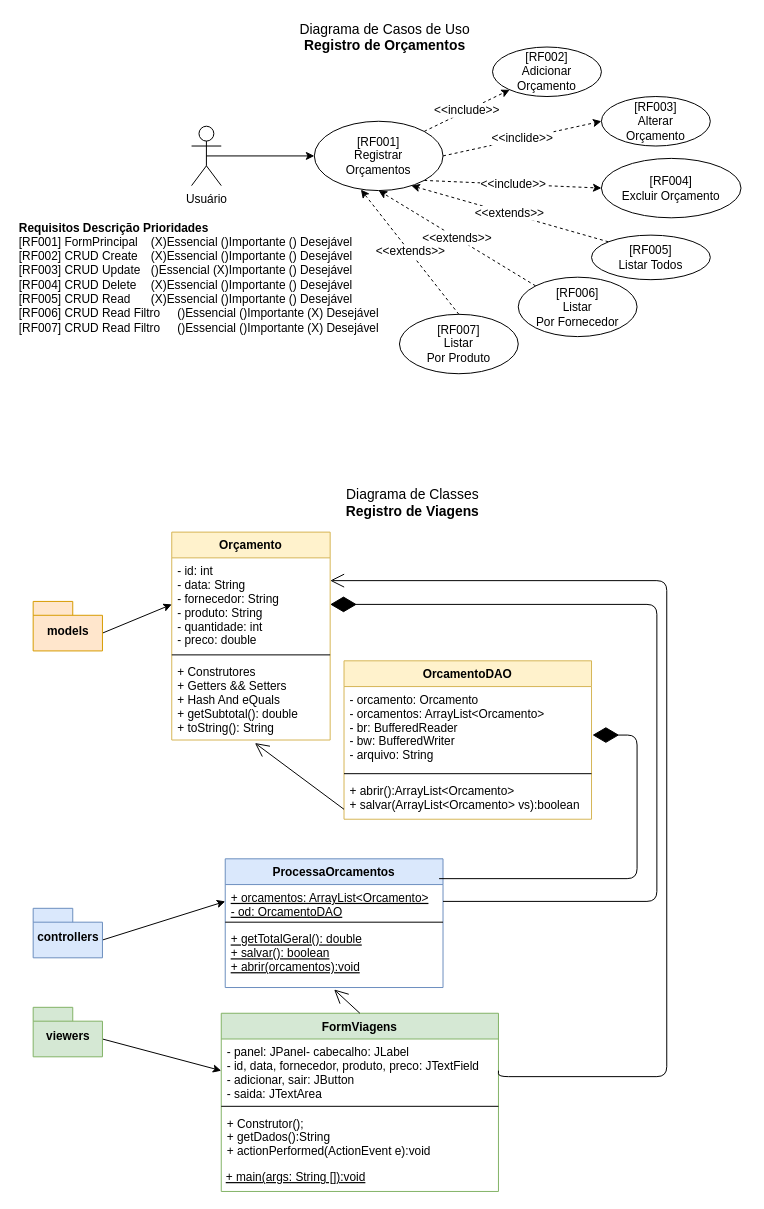
wellifabio/senai2021 keeps this draw.io diagram as 1des/fpoo/Aula/21/docsTemas/projetoOrcamentos.drawio. Above is the earlier version. Source tidied: cells renumbered, new cells numbered last; positions are measured from the earlier drawing's top-left corner, leaving out a move shared by most shapes. Both pictures are drawn from the tidied source at 99%, with x=0, y=0 at pixel (17, 17).
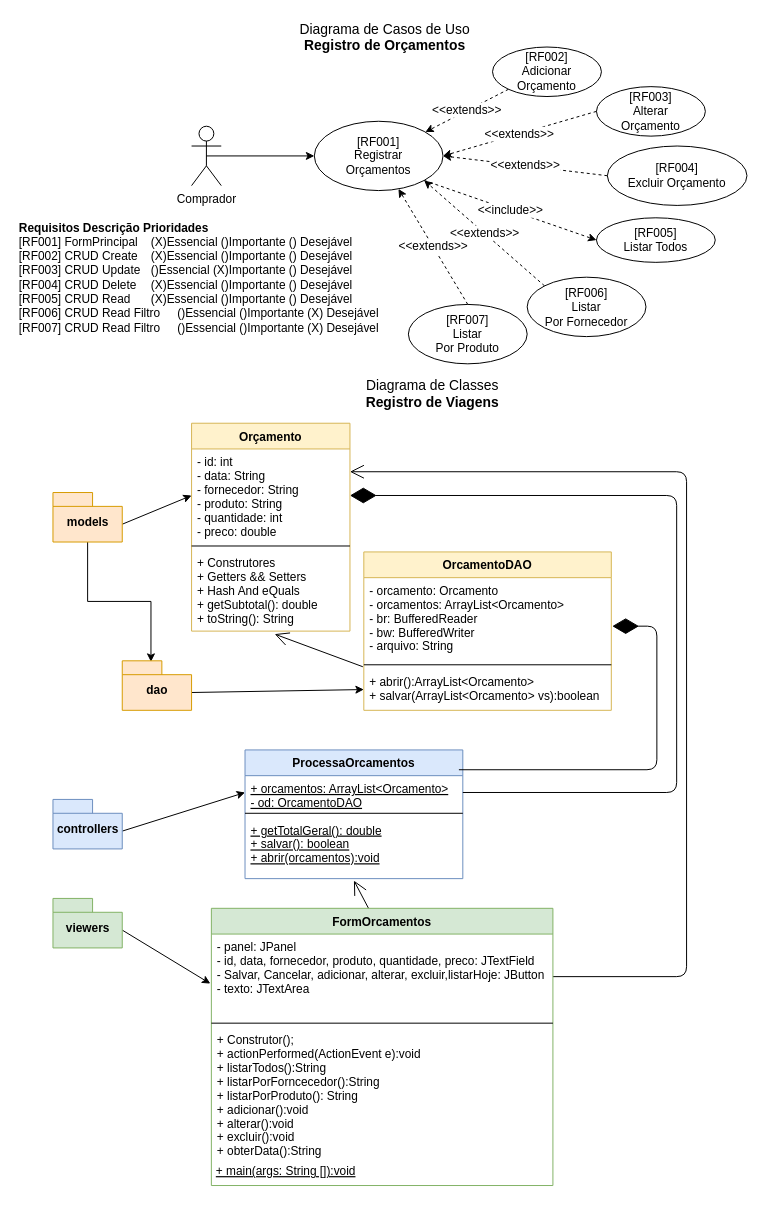
The same page after the edit.

Unchanged cells that the change refers to:
```xml
<mxCell id="4" value="- id: int&#10;- data: String&#10;- fornecedor: String&#10;- produto: String&#10;- quantidade: int&#10;- preco: double" style="text;strokeColor=none;fillColor=none;align=left;verticalAlign=top;spacingLeft=4;spacingRight=4;overflow=hidden;points=[[0,0.5],[1,0.5]];portConstraint=eastwest;" parent="3" vertex="1">
  <mxGeometry y="26" width="160" height="94" as="geometry" />
</mxCell>
<mxCell id="6" value="+ Construtores&#10;+ Getters &amp;&amp; Setters&#10;+ Hash And eQuals&#10;+ getSubtotal(): double&#10;+ toString(): String" style="text;strokeColor=none;fillColor=none;align=left;verticalAlign=top;spacingLeft=4;spacingRight=4;overflow=hidden;points=[[0,0.5],[1,0.5]];portConstraint=eastwest;" parent="3" vertex="1">
  <mxGeometry y="128" width="160" height="82" as="geometry" />
</mxCell>
<mxCell id="10" value="+ orcamentos: ArrayList&lt;Orcamento&gt;&#10;- od: OrcamentoDAO" style="text;strokeColor=none;fillColor=none;align=left;verticalAlign=top;spacingLeft=4;spacingRight=4;overflow=hidden;points=[[0,0.5],[1,0.5]];portConstraint=eastwest;fontStyle=4;" parent="9" vertex="1">
  <mxGeometry y="26" width="220" height="34" as="geometry" />
</mxCell>
<mxCell id="12" value="+ getTotalGeral(): double&#10;+ salvar(): boolean&#10;+ abrir(orcamentos):void&#10;&#10;&#10;" style="text;strokeColor=none;fillColor=none;align=left;verticalAlign=top;spacingLeft=4;spacingRight=4;overflow=hidden;points=[[0,0.5],[1,0.5]];portConstraint=eastwest;fontStyle=4;" parent="9" vertex="1">
  <mxGeometry y="68" width="220" height="62" as="geometry" />
</mxCell>
<mxCell id="31" value="[RF001]&lt;br&gt;Registrar&lt;br&gt;Orçamentos" style="ellipse;whiteSpace=wrap;html=1;fontSize=12;align=center;" parent="1" vertex="1">
  <mxGeometry x="300" y="105" width="130" height="70" as="geometry" />
</mxCell>
<mxCell id="32" value="[RF002]&lt;br&gt;Adicionar Orçamento" style="ellipse;whiteSpace=wrap;html=1;fontSize=12;align=center;" parent="1" vertex="1">
  <mxGeometry x="480" y="30" width="110" height="50" as="geometry" />
</mxCell>
<mxCell id="43" value="- orcamento: Orcamento&#10;- orcamentos: ArrayList&lt;Orcamento&gt;&#10;- br: BufferedReader&#10;- bw: BufferedWriter&#10;- arquivo: String" style="text;strokeColor=none;fillColor=none;align=left;verticalAlign=top;spacingLeft=4;spacingRight=4;overflow=hidden;points=[[0,0.5],[1,0.5]];portConstraint=eastwest;" parent="42" vertex="1">
  <mxGeometry y="26" width="250" height="84" as="geometry" />
</mxCell>
<mxCell id="45" value="+ abrir():ArrayList&lt;Orcamento&gt;&#10;+ salvar(ArrayList&lt;Orcamento&gt; vs):boolean" style="text;strokeColor=none;fillColor=none;align=left;verticalAlign=top;spacingLeft=4;spacingRight=4;overflow=hidden;points=[[0,0.5],[1,0.5]];portConstraint=eastwest;" parent="42" vertex="1">
  <mxGeometry y="118" width="250" height="42" as="geometry" />
</mxCell>
```

What changed in the source:
```diff
@@
     <mxCell id="2" value="Diagrama de Classes&lt;br style=&quot;font-size: 14px;&quot;&gt;&lt;b style=&quot;font-size: 14px;&quot;&gt;Registro de Viagens&lt;/b&gt;" style="text;html=1;strokeColor=none;fillColor=none;align=center;verticalAlign=middle;whiteSpace=wrap;rounded=0;fontSize=14;" parent="1" vertex="1">
-      <mxGeometry x="304" y="480" width="191" height="20" as="geometry" />
+      <mxGeometry x="324" y="370" width="191" height="20" as="geometry" />
     </mxCell>
     <mxCell id="3" value="Orçamento" style="swimlane;fontStyle=1;align=center;verticalAlign=top;horizontal=1;startSize=26;fillColor=#fff2cc;strokeColor=#d6b656;" parent="1" vertex="1">
-      <mxGeometry x="156" y="520" width="160" height="210" as="geometry" />
+      <mxGeometry x="176" y="410" width="160" height="210" as="geometry" />
     </mxCell>
@@
+    <mxCell id="48" style="edgeStyle=orthogonalEdgeStyle;rounded=0;jettySize=auto;html=1;exitX=0.5;exitY=1;exitDx=0;exitDy=0;exitPerimeter=0;entryX=0.414;entryY=0.02;entryDx=0;entryDy=0;entryPerimeter=0;" parent="1" edge="1" source="8" target="50">
+      <mxGeometry relative="1" as="geometry" />
+    </mxCell>
     <mxCell id="8" value="models" style="shape=folder;fontStyle=1;spacingTop=10;tabWidth=40;tabHeight=14;tabPosition=left;html=1;fillColor=#ffe6cc;strokeColor=#d79b00;" parent="1" vertex="1">
-      <mxGeometry x="16" y="590" width="70" height="50" as="geometry" />
+      <mxGeometry x="36" y="480" width="70" height="50" as="geometry" />
     </mxCell>
     <mxCell id="9" value="ProcessaOrcamentos" style="swimlane;fontStyle=1;align=center;verticalAlign=top;horizontal=1;startSize=26;fillColor=#dae8fc;strokeColor=#6c8ebf;" parent="1" vertex="1">
-      <mxGeometry x="210" y="850" width="220" height="130" as="geometry" />
+      <mxGeometry x="230" y="740" width="220" height="130" as="geometry" />
     </mxCell>
@@
     <mxCell id="14" value="controllers" style="shape=folder;fontStyle=1;spacingTop=10;tabWidth=40;tabHeight=14;tabPosition=left;html=1;fillColor=#dae8fc;strokeColor=#6c8ebf;" parent="1" vertex="1">
-      <mxGeometry x="16" y="900" width="70" height="50" as="geometry" />
+      <mxGeometry x="36" y="790" width="70" height="50" as="geometry" />
     </mxCell>
     <mxCell id="15" style="endArrow=diamondThin;endFill=1;endSize=24;html=1;entryX=1;entryY=0.5;entryDx=0;entryDy=0;exitX=1;exitY=0.5;exitDx=0;exitDy=0;edgeStyle=orthogonalEdgeStyle;" parent="1" edge="1" source="10" target="4">
       <mxGeometry relative="1" as="geometry">
         <Array as="points">
-          <mxPoint x="646" y="893" />
-          <mxPoint x="646" y="593" />
+          <mxPoint x="666" y="783" />
+          <mxPoint x="666" y="483" />
         </Array>
       </mxGeometry>
     </mxCell>
-    <mxCell id="16" value="FormViagens" style="swimlane;fontStyle=1;align=center;verticalAlign=top;horizontal=1;startSize=26;fillColor=#d5e8d4;strokeColor=#82b366;" parent="1" vertex="1">
-      <mxGeometry x="206" y="1006" width="280" height="180" as="geometry" />
-    </mxCell>
-    <mxCell id="17" value="&#9;- panel: JPanel- cabecalho: JLabel&#10;- id, data, fornecedor, produto, preco: JTextField&#10;- adicionar, sair: JButton&#10;- saida: JTextArea" style="text;strokeColor=none;fillColor=none;align=left;verticalAlign=top;spacingLeft=4;spacingRight=4;overflow=hidden;points=[[0,0.5],[1,0.5]];portConstraint=eastwest;fontStyle=0;" parent="16" vertex="1">
-      <mxGeometry y="26" width="280" height="64" as="geometry" />
-    </mxCell>
-    <mxCell id="18" style="line;strokeWidth=1;fillColor=none;align=left;verticalAlign=middle;spacingTop=-1;spacingLeft=3;spacingRight=3;labelPosition=right;" parent="16" vertex="1">
-      <mxGeometry y="90" width="280" height="8" as="geometry" />
-    </mxCell>
-    <mxCell id="19" value="+ Construtor();&#10;+ getDados():String&#10;+ actionPerformed(ActionEvent e):void&#10;" style="text;strokeColor=none;fillColor=none;align=left;verticalAlign=top;spacingLeft=4;spacingRight=4;overflow=hidden;fontStyle=0;" parent="16" vertex="1">
-      <mxGeometry y="98" width="280" height="52" as="geometry" />
-    </mxCell>
-    <mxCell id="20" value="+ main(args: String []):void" style="text;align=left;fontStyle=4;verticalAlign=middle;spacingLeft=3;spacingRight=3;strokeColor=none;" parent="16" vertex="1">
-      <mxGeometry y="150" width="280" height="30" as="geometry" />
-    </mxCell>
-    <mxCell id="21" style="rounded=0;jettySize=auto;html=1;exitX=0;exitY=0;exitDx=70;exitDy=32;exitPerimeter=0;entryX=0;entryY=0.5;entryDx=0;entryDy=0;" parent="1" edge="1" source="22" target="17">
+    <mxCell id="21" style="rounded=0;jettySize=auto;html=1;exitX=0;exitY=0;exitDx=70;exitDy=32;exitPerimeter=0;entryX=-0.003;entryY=0.582;entryDx=0;entryDy=0;entryPerimeter=0;" parent="1" edge="1" source="22" target="55">
       <mxGeometry relative="1" as="geometry" />
     </mxCell>
     <mxCell id="22" value="viewers" style="shape=folder;fontStyle=1;spacingTop=10;tabWidth=40;tabHeight=14;tabPosition=left;html=1;fillColor=#d5e8d4;strokeColor=#82b366;" parent="1" vertex="1">
-      <mxGeometry x="16" y="1000" width="70" height="50" as="geometry" />
+      <mxGeometry x="36" y="890" width="70" height="50" as="geometry" />
     </mxCell>
-    <mxCell id="23" style="endArrow=open;endFill=1;endSize=12;html=1;exitX=0.5;exitY=0;exitDx=0;exitDy=0;entryX=0.5;entryY=1.032;entryDx=0;entryDy=0;entryPerimeter=0;" parent="1" edge="1" source="16" target="12">
-      <mxGeometry relative="1" as="geometry" />
+    <mxCell id="23" style="endArrow=open;endFill=1;endSize=12;html=1;exitX=0.5;exitY=0;exitDx=0;exitDy=0;entryX=0.5;entryY=1.032;entryDx=0;entryDy=0;entryPerimeter=0;" parent="1" edge="1" target="12">
+      <mxGeometry relative="1" as="geometry">
+        <mxPoint x="360" y="910" as="sourcePoint" />
+      </mxGeometry>
     </mxCell>
-    <mxCell id="24" style="endArrow=open;endFill=1;endSize=12;html=1;exitX=1;exitY=0.5;exitDx=0;exitDy=0;edgeStyle=orthogonalEdgeStyle;" parent="1" edge="1" source="17" target="4">
+    <mxCell id="24" style="endArrow=open;endFill=1;endSize=12;html=1;exitX=1;exitY=0.5;exitDx=0;exitDy=0;edgeStyle=orthogonalEdgeStyle;" parent="1" edge="1" source="55" target="4">
       <mxGeometry relative="1" as="geometry">
         <Array as="points">
-          <mxPoint x="486" y="1070" />
-          <mxPoint x="656" y="1070" />
-          <mxPoint x="656" y="569" />
+          <mxPoint x="676" y="969" />
+          <mxPoint x="676" y="459" />
         </Array>
       </mxGeometry>
     </mxCell>
@@
-    <mxCell id="27" value="Usuário" style="shape=umlActor;verticalLabelPosition=bottom;verticalAlign=top;html=1;fontSize=12;" parent="1" vertex="1">
+    <mxCell id="27" value="Comprador" style="shape=umlActor;verticalLabelPosition=bottom;verticalAlign=top;html=1;fontSize=12;" parent="1" vertex="1">
       <mxGeometry x="176" y="110" width="30" height="60" as="geometry" />
     </mxCell>
-    <mxCell id="28" value="&amp;lt;&amp;lt;include&amp;gt;&amp;gt;" style="edgeStyle=none;rounded=0;jettySize=auto;html=1;exitX=1;exitY=0;exitDx=0;exitDy=0;fontSize=12;dashed=1;" parent="1" edge="1" source="31" target="32">
-      <mxGeometry relative="1" as="geometry" />
-    </mxCell>
-    <mxCell id="29" value="&amp;lt;&amp;lt;inclide&amp;gt;&amp;gt;" style="edgeStyle=none;rounded=0;jettySize=auto;html=1;exitX=1;exitY=0.5;exitDx=0;exitDy=0;entryX=0;entryY=0.5;entryDx=0;entryDy=0;fontSize=12;dashed=1;" parent="1" edge="1" source="31" target="34">
-      <mxGeometry relative="1" as="geometry" />
-    </mxCell>
-    <mxCell id="30" value="&amp;lt;&amp;lt;include&amp;gt;&amp;gt;" style="edgeStyle=none;rounded=0;jettySize=auto;html=1;exitX=1;exitY=1;exitDx=0;exitDy=0;entryX=0;entryY=0.5;entryDx=0;entryDy=0;dashed=1;fontSize=12;" parent="1" edge="1" source="31" target="33">
-      <mxGeometry relative="1" as="geometry" />
-    </mxCell>
@@
     <mxCell id="33" value="[RF004]&lt;br&gt;Excluir Orçamento" style="ellipse;whiteSpace=wrap;html=1;fontSize=12;align=center;" parent="1" vertex="1">
-      <mxGeometry x="590" y="142.5" width="141" height="60" as="geometry" />
+      <mxGeometry x="596" y="130" width="141" height="60" as="geometry" />
     </mxCell>
     <mxCell id="34" value="[RF003]&lt;br&gt;Alterar &lt;br&gt;Orçamento" style="ellipse;whiteSpace=wrap;html=1;fontSize=12;align=center;" parent="1" vertex="1">
-      <mxGeometry x="590" y="80" width="110" height="50" as="geometry" />
+      <mxGeometry x="585" y="70" width="110" height="50" as="geometry" />
     </mxCell>
-    <mxCell id="35" value="&amp;lt;&amp;lt;extends&amp;gt;&amp;gt;" style="edgeStyle=none;rounded=0;jettySize=auto;html=1;exitX=0;exitY=0;exitDx=0;exitDy=0;dashed=1;fontSize=12;entryX=0.754;entryY=0.929;entryDx=0;entryDy=0;entryPerimeter=0;" parent="1" edge="1" source="36" target="31">
+    <mxCell id="35" value="&amp;lt;&amp;lt;extends&amp;gt;&amp;gt;" style="edgeStyle=none;rounded=0;jettySize=auto;html=1;exitX=0;exitY=0.5;exitDx=0;exitDy=0;dashed=1;fontSize=12;entryX=1;entryY=0.5;entryDx=0;entryDy=0;" parent="1" edge="1" source="34" target="31">
       <mxGeometry relative="1" as="geometry" />
     </mxCell>
     <mxCell id="36" value="[RF005]&lt;br&gt;Listar Todos" style="ellipse;whiteSpace=wrap;html=1;fontSize=12;align=center;" parent="1" vertex="1">
-      <mxGeometry x="580" y="220" width="120" height="45" as="geometry" />
+      <mxGeometry x="585" y="202.5" width="120" height="45" as="geometry" />
     </mxCell>
@@
     <mxCell id="38" value="[RF006]&lt;br&gt;Listar&lt;br&gt;Por Fornecedor" style="ellipse;whiteSpace=wrap;html=1;fontSize=12;align=center;" parent="1" vertex="1">
-      <mxGeometry x="506" y="262.5" width="120" height="60" as="geometry" />
+      <mxGeometry x="515" y="262.5" width="120" height="60" as="geometry" />
     </mxCell>
-    <mxCell id="39" value="&amp;lt;&amp;lt;extends&amp;gt;&amp;gt;" style="edgeStyle=none;rounded=0;jettySize=auto;html=1;exitX=0;exitY=0;exitDx=0;exitDy=0;dashed=1;fontSize=12;entryX=0.5;entryY=1;entryDx=0;entryDy=0;" parent="1" edge="1" source="38" target="31">
+    <mxCell id="39" value="&amp;lt;&amp;lt;extends&amp;gt;&amp;gt;" style="edgeStyle=none;rounded=0;jettySize=auto;html=1;exitX=0;exitY=1;exitDx=0;exitDy=0;dashed=1;fontSize=12;" parent="1" edge="1" source="32" target="31">
       <mxGeometry relative="1" as="geometry" />
     </mxCell>
     <mxCell id="40" value="[RF007]&lt;br&gt;Listar&lt;br&gt;Por Produto" style="ellipse;whiteSpace=wrap;html=1;fontSize=12;align=center;" parent="1" vertex="1">
-      <mxGeometry x="386" y="300" width="120" height="60" as="geometry" />
+      <mxGeometry x="395" y="290" width="120" height="60" as="geometry" />
     </mxCell>
-    <mxCell id="41" value="&amp;lt;&amp;lt;extends&amp;gt;&amp;gt;" style="edgeStyle=none;rounded=0;jettySize=auto;html=1;exitX=0.5;exitY=0;exitDx=0;exitDy=0;dashed=1;fontSize=12;entryX=0.362;entryY=0.986;entryDx=0;entryDy=0;entryPerimeter=0;" parent="1" edge="1" source="40" target="31">
+    <mxCell id="41" value="&amp;lt;&amp;lt;extends&amp;gt;&amp;gt;" style="edgeStyle=none;rounded=0;jettySize=auto;html=1;exitX=0.5;exitY=0;exitDx=0;exitDy=0;dashed=1;fontSize=12;" parent="1" edge="1" source="40" target="31">
       <mxGeometry relative="1" as="geometry" />
     </mxCell>
     <mxCell id="42" value="OrcamentoDAO" style="swimlane;fontStyle=1;align=center;verticalAlign=top;horizontal=1;startSize=26;fontSize=12;fillColor=#fff2cc;strokeColor=#d6b656;" parent="1" vertex="1">
-      <mxGeometry x="330" y="650" width="250" height="160" as="geometry" />
+      <mxGeometry x="350" y="540" width="250" height="160" as="geometry" />
     </mxCell>
@@
     <mxCell id="46" style="endArrow=diamondThin;endFill=1;endSize=24;html=1;entryX=1.004;entryY=0.583;entryDx=0;entryDy=0;exitX=0.982;exitY=0.154;exitDx=0;exitDy=0;edgeStyle=orthogonalEdgeStyle;entryPerimeter=0;exitPerimeter=0;" parent="1" edge="1" source="9" target="43">
       <mxGeometry relative="1" as="geometry">
         <Array as="points">
-          <mxPoint x="626" y="870" />
-          <mxPoint x="626" y="725" />
+          <mxPoint x="646" y="760" />
+          <mxPoint x="646" y="615" />
         </Array>
       </mxGeometry>
     </mxCell>
-    <mxCell id="47" style="endArrow=open;endFill=1;endSize=12;html=1;exitX=0;exitY=0.762;exitDx=0;exitDy=0;entryX=0.525;entryY=1.037;entryDx=0;entryDy=0;entryPerimeter=0;exitPerimeter=0;" parent="1" edge="1" source="45" target="6">
+    <mxCell id="47" style="endArrow=open;endFill=1;endSize=12;html=1;exitX=-0.004;exitY=-0.048;exitDx=0;exitDy=0;entryX=0.525;entryY=1.037;entryDx=0;entryDy=0;entryPerimeter=0;exitPerimeter=0;" parent="1" edge="1" source="45" target="6">
       <mxGeometry relative="1" as="geometry" />
     </mxCell>
+    <mxCell id="49" style="rounded=0;jettySize=auto;html=1;exitX=0;exitY=0;exitDx=70;exitDy=32;exitPerimeter=0;entryX=0;entryY=0.5;entryDx=0;entryDy=0;" parent="1" edge="1" source="50" target="45">
+      <mxGeometry relative="1" as="geometry" />
+    </mxCell>
+    <mxCell id="50" value="dao" style="shape=folder;fontStyle=1;spacingTop=10;tabWidth=40;tabHeight=14;tabPosition=left;html=1;fillColor=#ffe6cc;strokeColor=#d79b00;" parent="1" vertex="1">
+      <mxGeometry x="106" y="650" width="70" height="50" as="geometry" />
+    </mxCell>
+    <mxCell id="51" value="&amp;lt;&amp;lt;extends&amp;gt;&amp;gt;" style="edgeStyle=none;rounded=0;jettySize=auto;html=1;exitX=0;exitY=0.5;exitDx=0;exitDy=0;dashed=1;fontSize=12;entryX=1;entryY=0.5;entryDx=0;entryDy=0;" parent="1" edge="1" source="33" target="31">
+      <mxGeometry relative="1" as="geometry" />
+    </mxCell>
+    <mxCell id="52" value="&amp;lt;&amp;lt;include&amp;gt;&amp;gt;" style="edgeStyle=none;rounded=0;jettySize=auto;html=1;exitX=1;exitY=1;exitDx=0;exitDy=0;entryX=0;entryY=0.5;entryDx=0;entryDy=0;fontSize=12;dashed=1;" parent="1" edge="1" source="31" target="36">
+      <mxGeometry relative="1" as="geometry" />
+    </mxCell>
+    <mxCell id="53" value="&amp;lt;&amp;lt;extends&amp;gt;&amp;gt;" style="edgeStyle=none;rounded=0;jettySize=auto;html=1;exitX=0;exitY=0;exitDx=0;exitDy=0;dashed=1;fontSize=12;entryX=1;entryY=1;entryDx=0;entryDy=0;" parent="1" edge="1" source="38" target="31">
+      <mxGeometry relative="1" as="geometry" />
+    </mxCell>
+    <mxCell id="54" value="FormOrcamentos" style="swimlane;fontStyle=1;align=center;verticalAlign=top;horizontal=1;startSize=26;fillColor=#d5e8d4;strokeColor=#82b366;" parent="1" vertex="1">
+      <mxGeometry x="196" y="900" width="345" height="280" as="geometry" />
+    </mxCell>
+    <mxCell id="55" value="&#9;- panel: JPanel&#10;- id, data, fornecedor, produto, quantidade, preco: JTextField&#10;- Salvar, Cancelar, adicionar, alterar, excluir,listarHoje: JButton&#10;- texto: JTextArea" style="text;strokeColor=none;fillColor=none;align=left;verticalAlign=top;spacingLeft=4;spacingRight=4;overflow=hidden;points=[[0,0.5],[1,0.5]];portConstraint=eastwest;fontStyle=0;" parent="54" vertex="1">
+      <mxGeometry y="26" width="345" height="86" as="geometry" />
+    </mxCell>
+    <mxCell id="56" style="line;strokeWidth=1;fillColor=none;align=left;verticalAlign=middle;spacingTop=-1;spacingLeft=3;spacingRight=3;labelPosition=right;" parent="54" vertex="1">
+      <mxGeometry y="112" width="345" height="8" as="geometry" />
+    </mxCell>
+    <mxCell id="57" value="+ Construtor();&#10;+ actionPerformed(ActionEvent e):void&#10;+ listarTodos():String&#10;+ listarPorForncecedor():String&#10;+ listarPorProduto(): String&#10;+ adicionar():void&#10;+ alterar():void&#10;+ excluir():void&#10;+ obterData():String&#10;" style="text;strokeColor=none;fillColor=none;align=left;verticalAlign=top;spacingLeft=4;spacingRight=4;overflow=hidden;fontStyle=0;" parent="54" vertex="1">
+      <mxGeometry y="120" width="345" height="130" as="geometry" />
+    </mxCell>
+    <mxCell id="20" value="+ main(args: String []):void" style="text;align=left;fontStyle=4;verticalAlign=middle;spacingLeft=3;spacingRight=3;strokeColor=none;" parent="54" vertex="1">
+      <mxGeometry y="250" width="345" height="30" as="geometry" />
+    </mxCell>
```
